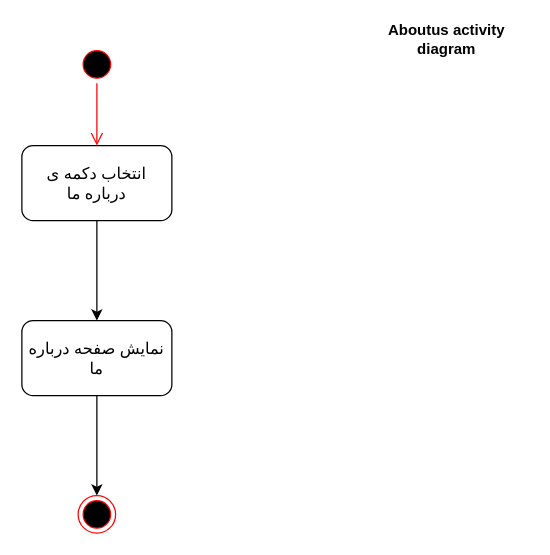
Above: Docs./ActivityDiagram-Aboutus.drawio in ShadiMe-flutter/Workout (draw.io), before the change. Source tidied: cells renumbered, new cells numbered last; positions are measured from the earlier drawing's top-left corner, leaving out a move shared by most shapes. Both pictures are drawn from the tidied source at 125%, with x=0, y=0 at pixel (21, 32).
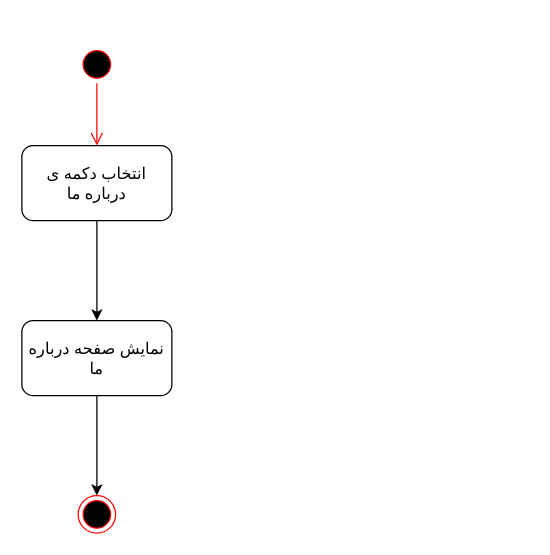
After the change.

What changed in the source:
```diff
@@
 <mxGraphModel>
   <root>
     <mxCell id="0" />
     <mxCell id="1" parent="0" />
     <mxCell id="2" style="ellipse;html=1;shape=startState;fillColor=#000000;strokeColor=#ff0000;" parent="1" vertex="1">
       <mxGeometry x="45" y="10" width="30" height="30" as="geometry" />
     </mxCell>
     <mxCell id="3" style="edgeStyle=orthogonalEdgeStyle;html=1;verticalAlign=bottom;endArrow=open;endSize=8;strokeColor=#ff0000;entryX=0.5;entryY=0;entryDx=0;entryDy=0;" parent="1" edge="1" source="2" target="5">
       <mxGeometry relative="1" as="geometry" />
     </mxCell>
     <mxCell id="4" style="edgeStyle=orthogonalEdgeStyle;rounded=0;jettySize=auto;html=1;" parent="1" edge="1" source="5" target="7">
       <mxGeometry relative="1" as="geometry" />
     </mxCell>
     <mxCell id="5" value="&lt;div style=&quot;font-size: 13px&quot;&gt;&lt;font face=&quot;B Zar&quot; style=&quot;font-size: 13px&quot;&gt;انتخاب دکمه ی &lt;br&gt;&lt;/font&gt;&lt;/div&gt;&lt;div style=&quot;font-size: 13px&quot;&gt;&lt;font face=&quot;B Zar&quot; style=&quot;font-size: 13px&quot;&gt;درباره ما&lt;/font&gt;&lt;/div&gt;" style="rounded=1;whiteSpace=wrap;html=1;" parent="1" vertex="1">
       <mxGeometry y="90" width="120" height="60" as="geometry" />
     </mxCell>
     <mxCell id="6" style="edgeStyle=orthogonalEdgeStyle;rounded=0;jettySize=auto;html=1;entryX=0.5;entryY=0;entryDx=0;entryDy=0;" parent="1" edge="1" source="7" target="8">
       <mxGeometry relative="1" as="geometry" />
     </mxCell>
     <mxCell id="7" value="&lt;font face=&quot;B Zar&quot; style=&quot;font-size: 13px&quot;&gt;نمایش صفحه درباره ما&lt;/font&gt;" style="rounded=1;whiteSpace=wrap;html=1;" parent="1" vertex="1">
       <mxGeometry y="230" width="120" height="60" as="geometry" />
     </mxCell>
     <mxCell id="8" style="ellipse;html=1;shape=endState;fillColor=#000000;strokeColor=#ff0000;" parent="1" vertex="1">
       <mxGeometry x="45" y="370" width="30" height="30" as="geometry" />
     </mxCell>
-    <mxCell id="9" value="&lt;b&gt;Aboutus activity diagram&lt;/b&gt;" style="text;html=1;strokeColor=none;fillColor=none;align=center;verticalAlign=middle;whiteSpace=wrap;rounded=0;" parent="1" vertex="1">
-      <mxGeometry x="275" width="130" height="10" as="geometry" />
-    </mxCell>
   </root>
 </mxGraphModel>
```
